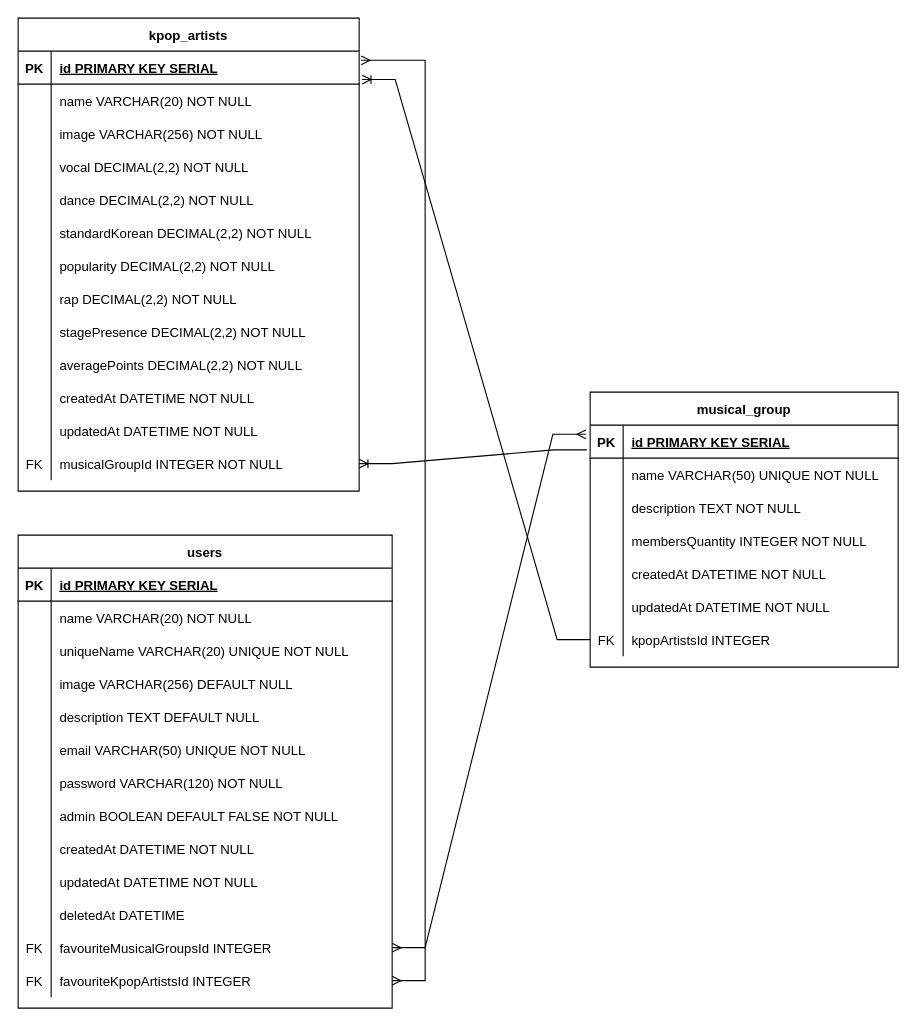
Earlier version of the draw.io diagram diagramaBackEnd.drawio (Lelouching/kpop-social-media-back-end). Source tidied: cells renumbered, new cells numbered last; positions are measured from the earlier drawing's top-left corner, leaving out a move shared by most shapes. Both pictures are drawn from the tidied source at 110%, with x=0, y=0 at pixel (18, 18).
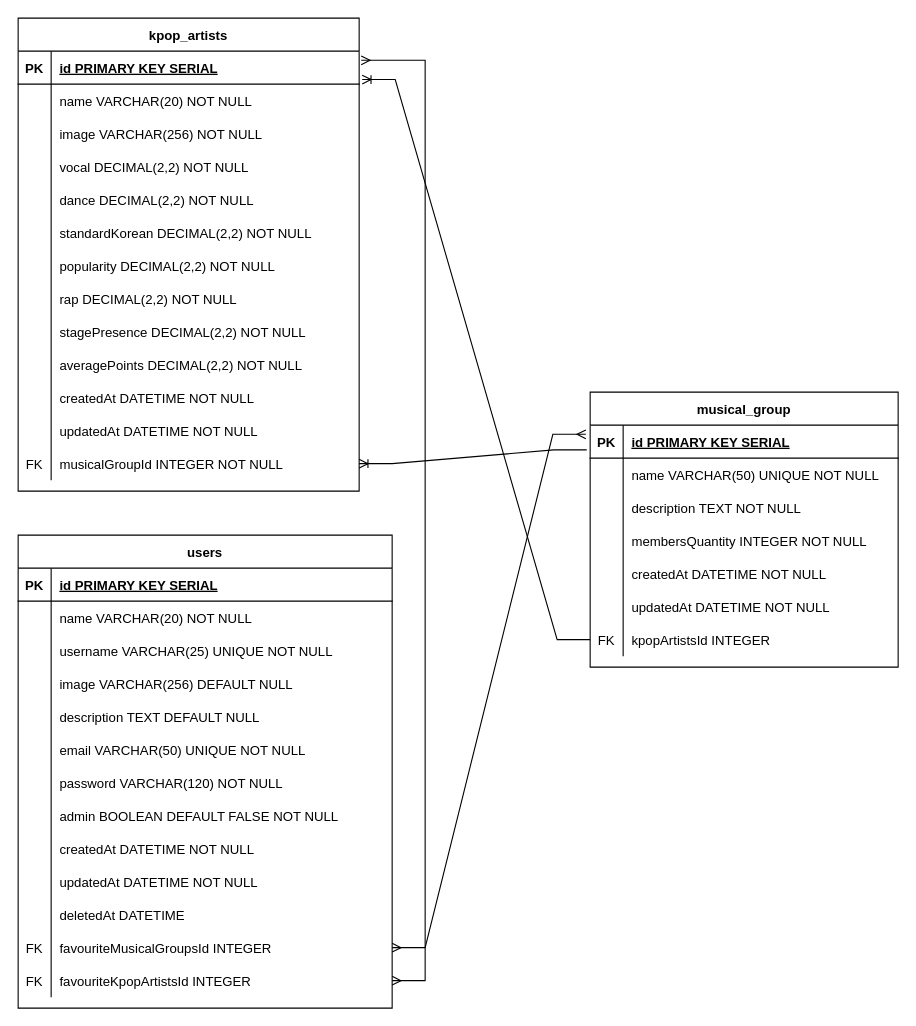
After the change.

The change refers to these unchanged cells:
```xml
<mxCell id="31" style="shape=partialRectangle;fillColor=none;top=0;left=0;right=0;bottom=0;labelBackgroundColor=none;" parent="24" vertex="1">
  <mxGeometry y="90" width="340" height="30" as="geometry" />
</mxCell>
```

Diff of the diagram source:
```diff
@@
-    <mxCell id="33" value="uniqueName VARCHAR(20) UNIQUE NOT NULL" style="shape=partialRectangle;overflow=hidden;fillColor=none;top=0;left=0;bottom=0;right=0;align=left;spacingLeft=6;labelBackgroundColor=none;" parent="31" vertex="1">
+    <mxCell id="33" value="username VARCHAR(25) UNIQUE NOT NULL" style="shape=partialRectangle;overflow=hidden;fillColor=none;top=0;left=0;bottom=0;right=0;align=left;spacingLeft=6;labelBackgroundColor=none;" parent="31" vertex="1">
       <mxGeometry x="30" width="310" height="30" as="geometry" />
     </mxCell>
```
